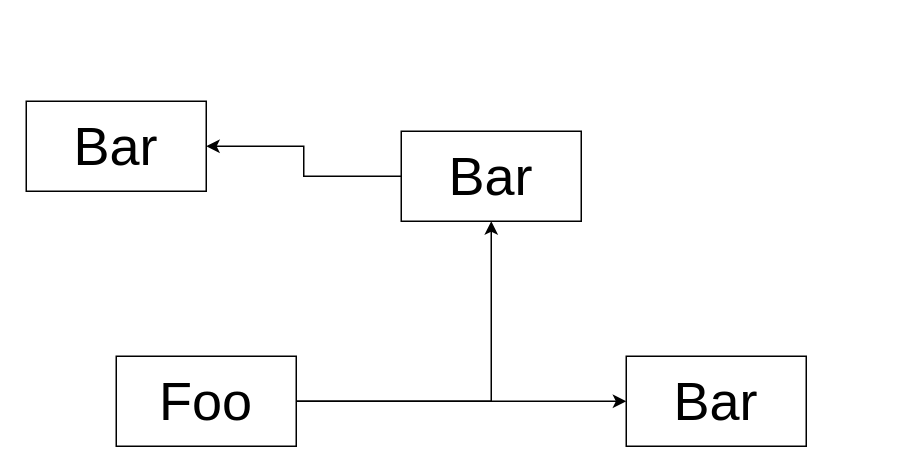
This is diagrams/test-diagram.drawio from ahmedrage/draw-io-diff, a draw.io file, before an edit. Source tidied: cells renumbered, new cells numbered last; positions are measured from the earlier drawing's top-left corner, leaving out a move shared by most shapes. Both pictures are drawn from the tidied source at 150%, with x=0, y=0 at pixel (26, 100).
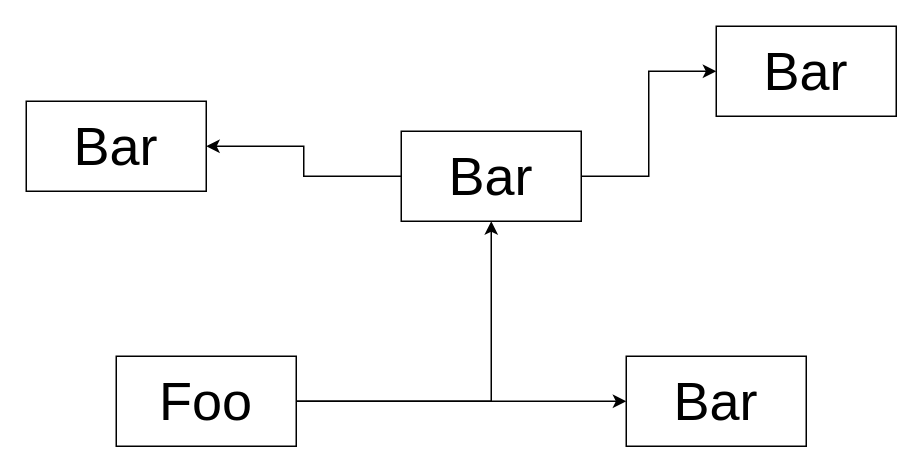
The same page after the edit.

The edit, as a diff of the source:
```diff
@@
 <mxGraphModel>
   <root>
     <mxCell id="0" />
     <mxCell id="1" parent="0" />
     <mxCell id="2" style="edgeStyle=orthogonalEdgeStyle;rounded=0;jettySize=auto;html=1;entryX=0;entryY=0.5;entryDx=0;entryDy=0;" parent="1" edge="1" source="4" target="5">
       <mxGeometry relative="1" as="geometry" />
     </mxCell>
     <mxCell id="3" style="edgeStyle=orthogonalEdgeStyle;rounded=0;jettySize=auto;html=1;entryX=0.5;entryY=1;entryDx=0;entryDy=0;" parent="1" edge="1" source="4" target="7">
       <mxGeometry relative="1" as="geometry" />
     </mxCell>
     <mxCell id="4" value="&lt;font style=&quot;font-size: 36px;&quot;&gt;Foo&lt;/font&gt;" style="rounded=0;whiteSpace=wrap;html=1;" parent="1" vertex="1">
       <mxGeometry x="60" y="170" width="120" height="60" as="geometry" />
     </mxCell>
     <mxCell id="5" value="&lt;font style=&quot;font-size: 36px;&quot;&gt;Bar&lt;/font&gt;" style="rounded=0;whiteSpace=wrap;html=1;" parent="1" vertex="1">
       <mxGeometry x="400" y="170" width="120" height="60" as="geometry" />
     </mxCell>
     <mxCell id="6" style="edgeStyle=orthogonalEdgeStyle;rounded=0;jettySize=auto;html=1;" parent="1" edge="1" source="7" target="8">
       <mxGeometry relative="1" as="geometry" />
     </mxCell>
+    <mxCell id="9" style="edgeStyle=orthogonalEdgeStyle;rounded=0;jettySize=auto;html=1;entryX=0;entryY=0.5;entryDx=0;entryDy=0;" parent="1" edge="1" source="7" target="10">
+      <mxGeometry relative="1" as="geometry" />
+    </mxCell>
     <mxCell id="7" value="&lt;font style=&quot;font-size: 36px;&quot;&gt;Bar&lt;/font&gt;" style="rounded=0;whiteSpace=wrap;html=1;" parent="1" vertex="1">
       <mxGeometry x="250" y="20" width="120" height="60" as="geometry" />
     </mxCell>
     <mxCell id="8" value="&lt;font style=&quot;font-size: 36px;&quot;&gt;Bar&lt;/font&gt;" style="rounded=0;whiteSpace=wrap;html=1;" parent="1" vertex="1">
       <mxGeometry width="120" height="60" as="geometry" />
     </mxCell>
+    <mxCell id="10" value="&lt;font style=&quot;font-size: 36px;&quot;&gt;Bar&lt;/font&gt;" style="rounded=0;whiteSpace=wrap;html=1;" parent="1" vertex="1">
+      <mxGeometry x="460" y="-50" width="120" height="60" as="geometry" />
+    </mxCell>
   </root>
 </mxGraphModel>
```
